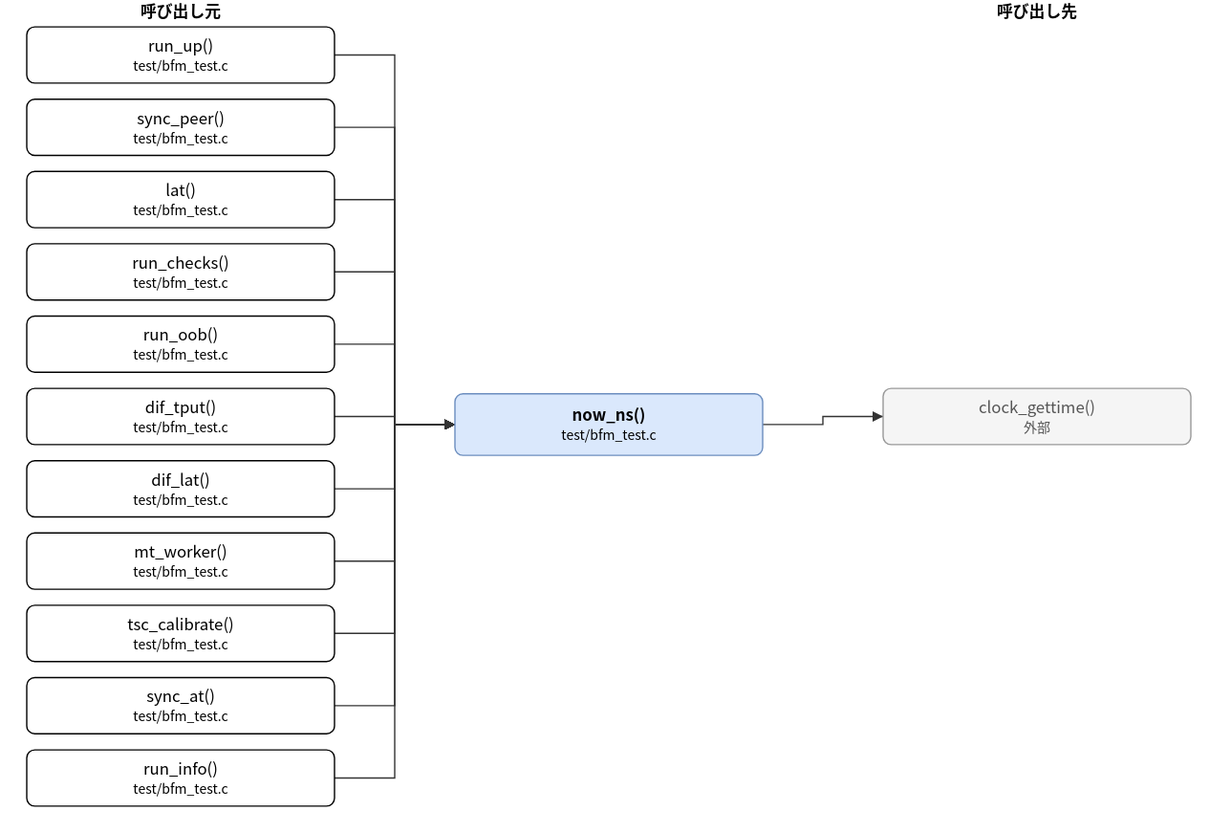
The draw.io diagram doc/spec/images/call_test_bfm_test-now_ns.drawio.svg in hf355051012-ai/bfmem, before a commit. Source tidied: cells renumbered, new cells last; positions are measured from the earlier drawing's top-left corner, leaving out a move shared by most shapes.
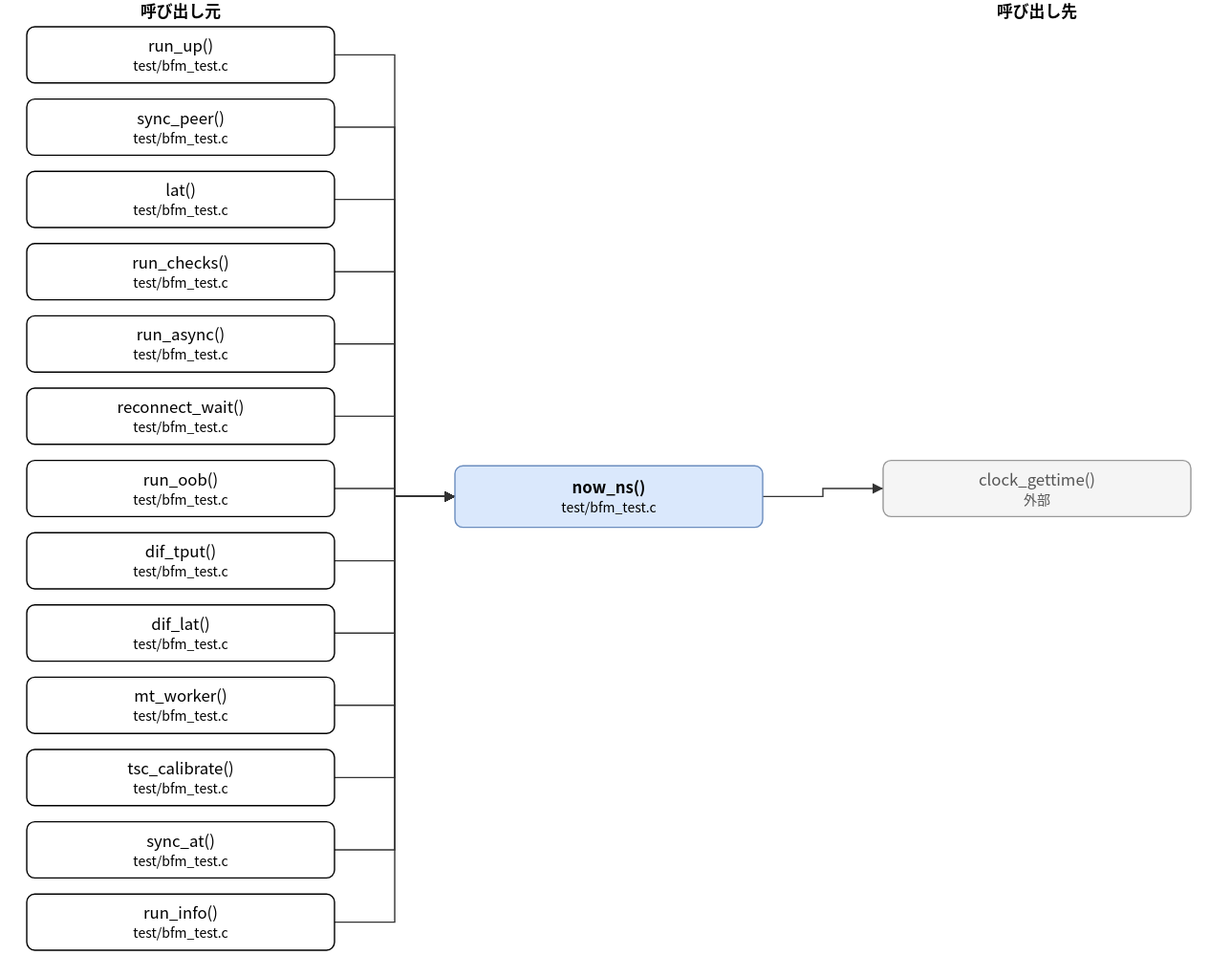
The same diagram one commit later.

What changed in the source:
```diff
@@ -3,7 +3,7 @@
     <mxCell id="0" />
     <mxCell id="1" parent="0" />
     <mxCell id="2" value="now_ns()&lt;br&gt;&lt;font style=&quot;font-size:10px&quot;&gt;test/bfm_test.c&lt;/font&gt;" style="rounded=1;whiteSpace=wrap;html=1;fillColor=#dae8fc;strokeColor=#6c8ebf;fontStyle=1;" parent="1" vertex="1">
-      <mxGeometry x="320" y="294" width="230" height="46" as="geometry" />
+      <mxGeometry x="320" y="348" width="230" height="46" as="geometry" />
     </mxCell>
     <mxCell id="3" value="run_up()&lt;br&gt;&lt;font style=&quot;font-size:10px&quot;&gt;test/bfm_test.c&lt;/font&gt;" style="rounded=1;whiteSpace=wrap;html=1;" parent="1" vertex="1">
       <mxGeometry y="20" width="230" height="42" as="geometry" />
@@ -17,35 +17,41 @@
     <mxCell id="6" value="run_checks()&lt;br&gt;&lt;font style=&quot;font-size:10px&quot;&gt;test/bfm_test.c&lt;/font&gt;" style="rounded=1;whiteSpace=wrap;html=1;" parent="1" vertex="1">
       <mxGeometry y="182" width="230" height="42" as="geometry" />
     </mxCell>
-    <mxCell id="7" value="run_oob()&lt;br&gt;&lt;font style=&quot;font-size:10px&quot;&gt;test/bfm_test.c&lt;/font&gt;" style="rounded=1;whiteSpace=wrap;html=1;" parent="1" vertex="1">
+    <mxCell id="7" value="run_async()&lt;br&gt;&lt;font style=&quot;font-size:10px&quot;&gt;test/bfm_test.c&lt;/font&gt;" style="rounded=1;whiteSpace=wrap;html=1;" parent="1" vertex="1">
       <mxGeometry y="236" width="230" height="42" as="geometry" />
     </mxCell>
-    <mxCell id="8" value="dif_tput()&lt;br&gt;&lt;font style=&quot;font-size:10px&quot;&gt;test/bfm_test.c&lt;/font&gt;" style="rounded=1;whiteSpace=wrap;html=1;" parent="1" vertex="1">
+    <mxCell id="8" value="reconnect_wait()&lt;br&gt;&lt;font style=&quot;font-size:10px&quot;&gt;test/bfm_test.c&lt;/font&gt;" style="rounded=1;whiteSpace=wrap;html=1;" parent="1" vertex="1">
       <mxGeometry y="290" width="230" height="42" as="geometry" />
     </mxCell>
-    <mxCell id="9" value="dif_lat()&lt;br&gt;&lt;font style=&quot;font-size:10px&quot;&gt;test/bfm_test.c&lt;/font&gt;" style="rounded=1;whiteSpace=wrap;html=1;" parent="1" vertex="1">
+    <mxCell id="9" value="run_oob()&lt;br&gt;&lt;font style=&quot;font-size:10px&quot;&gt;test/bfm_test.c&lt;/font&gt;" style="rounded=1;whiteSpace=wrap;html=1;" parent="1" vertex="1">
       <mxGeometry y="344" width="230" height="42" as="geometry" />
     </mxCell>
-    <mxCell id="10" value="mt_worker()&lt;br&gt;&lt;font style=&quot;font-size:10px&quot;&gt;test/bfm_test.c&lt;/font&gt;" style="rounded=1;whiteSpace=wrap;html=1;" parent="1" vertex="1">
+    <mxCell id="10" value="dif_tput()&lt;br&gt;&lt;font style=&quot;font-size:10px&quot;&gt;test/bfm_test.c&lt;/font&gt;" style="rounded=1;whiteSpace=wrap;html=1;" parent="1" vertex="1">
       <mxGeometry y="398" width="230" height="42" as="geometry" />
     </mxCell>
-    <mxCell id="11" value="tsc_calibrate()&lt;br&gt;&lt;font style=&quot;font-size:10px&quot;&gt;test/bfm_test.c&lt;/font&gt;" style="rounded=1;whiteSpace=wrap;html=1;" parent="1" vertex="1">
+    <mxCell id="11" value="dif_lat()&lt;br&gt;&lt;font style=&quot;font-size:10px&quot;&gt;test/bfm_test.c&lt;/font&gt;" style="rounded=1;whiteSpace=wrap;html=1;" parent="1" vertex="1">
       <mxGeometry y="452" width="230" height="42" as="geometry" />
     </mxCell>
-    <mxCell id="12" value="sync_at()&lt;br&gt;&lt;font style=&quot;font-size:10px&quot;&gt;test/bfm_test.c&lt;/font&gt;" style="rounded=1;whiteSpace=wrap;html=1;" parent="1" vertex="1">
+    <mxCell id="12" value="mt_worker()&lt;br&gt;&lt;font style=&quot;font-size:10px&quot;&gt;test/bfm_test.c&lt;/font&gt;" style="rounded=1;whiteSpace=wrap;html=1;" parent="1" vertex="1">
       <mxGeometry y="506" width="230" height="42" as="geometry" />
     </mxCell>
-    <mxCell id="13" value="run_info()&lt;br&gt;&lt;font style=&quot;font-size:10px&quot;&gt;test/bfm_test.c&lt;/font&gt;" style="rounded=1;whiteSpace=wrap;html=1;" parent="1" vertex="1">
+    <mxCell id="13" value="tsc_calibrate()&lt;br&gt;&lt;font style=&quot;font-size:10px&quot;&gt;test/bfm_test.c&lt;/font&gt;" style="rounded=1;whiteSpace=wrap;html=1;" parent="1" vertex="1">
       <mxGeometry y="560" width="230" height="42" as="geometry" />
     </mxCell>
+    <mxCell id="29" value="sync_at()&lt;br&gt;&lt;font style=&quot;font-size:10px&quot;&gt;test/bfm_test.c&lt;/font&gt;" style="rounded=1;whiteSpace=wrap;html=1;" parent="1" vertex="1">
+      <mxGeometry y="614" width="230" height="42" as="geometry" />
+    </mxCell>
+    <mxCell id="30" value="run_info()&lt;br&gt;&lt;font style=&quot;font-size:10px&quot;&gt;test/bfm_test.c&lt;/font&gt;" style="rounded=1;whiteSpace=wrap;html=1;" parent="1" vertex="1">
+      <mxGeometry y="668" width="230" height="42" as="geometry" />
+    </mxCell>
     <mxCell id="14" value="clock_gettime()&lt;br&gt;&lt;font style=&quot;font-size:10px&quot;&gt;外部&lt;/font&gt;" style="rounded=1;whiteSpace=wrap;html=1;fillColor=#f5f5f5;strokeColor=#999999;fontColor=#555555;" parent="1" vertex="1">
-      <mxGeometry x="640" y="290" width="230" height="42" as="geometry" />
+      <mxGeometry x="640" y="344" width="230" height="42" as="geometry" />
     </mxCell>
     <mxCell id="15" style="edgeStyle=none;html=1;rounded=0;endArrow=block;endFill=1;exitX=1.0000;exitY=0.5000;exitDx=0;exitDy=0;exitPerimeter=0;entryX=0.0000;entryY=0.5000;entryDx=0;entryDy=0;entryPerimeter=0;" parent="1" edge="1" source="3" target="2">
       <mxGeometry relative="1" as="geometry">
         <Array as="points">
           <mxPoint x="275" y="41" />
-          <mxPoint x="275" y="317" />
+          <mxPoint x="275" y="371" />
         </Array>
       </mxGeometry>
     </mxCell>
@@ -53,7 +59,7 @@
       <mxGeometry relative="1" as="geometry">
         <Array as="points">
           <mxPoint x="275" y="95" />
-          <mxPoint x="275" y="317" />
+          <mxPoint x="275" y="371" />
         </Array>
       </mxGeometry>
     </mxCell>
@@ -61,7 +67,7 @@
       <mxGeometry relative="1" as="geometry">
         <Array as="points">
           <mxPoint x="275" y="149" />
-          <mxPoint x="275" y="317" />
+          <mxPoint x="275" y="371" />
         </Array>
       </mxGeometry>
     </mxCell>
@@ -69,7 +75,7 @@
       <mxGeometry relative="1" as="geometry">
         <Array as="points">
           <mxPoint x="275" y="203" />
-          <mxPoint x="275" y="317" />
+          <mxPoint x="275" y="371" />
         </Array>
       </mxGeometry>
     </mxCell>
@@ -77,7 +83,7 @@
       <mxGeometry relative="1" as="geometry">
         <Array as="points">
           <mxPoint x="275" y="257" />
-          <mxPoint x="275" y="317" />
+          <mxPoint x="275" y="371" />
         </Array>
       </mxGeometry>
     </mxCell>
@@ -85,7 +91,7 @@
       <mxGeometry relative="1" as="geometry">
         <Array as="points">
           <mxPoint x="275" y="311" />
-          <mxPoint x="275" y="317" />
+          <mxPoint x="275" y="371" />
         </Array>
       </mxGeometry>
     </mxCell>
@@ -93,7 +99,7 @@
       <mxGeometry relative="1" as="geometry">
         <Array as="points">
           <mxPoint x="275" y="365" />
-          <mxPoint x="275" y="317" />
+          <mxPoint x="275" y="371" />
         </Array>
       </mxGeometry>
     </mxCell>
@@ -101,7 +107,7 @@
       <mxGeometry relative="1" as="geometry">
         <Array as="points">
           <mxPoint x="275" y="419" />
-          <mxPoint x="275" y="317" />
+          <mxPoint x="275" y="371" />
         </Array>
       </mxGeometry>
     </mxCell>
@@ -109,7 +115,7 @@
       <mxGeometry relative="1" as="geometry">
         <Array as="points">
           <mxPoint x="275" y="473" />
-          <mxPoint x="275" y="317" />
+          <mxPoint x="275" y="371" />
         </Array>
       </mxGeometry>
     </mxCell>
@@ -117,7 +123,7 @@
       <mxGeometry relative="1" as="geometry">
         <Array as="points">
           <mxPoint x="275" y="527" />
-          <mxPoint x="275" y="317" />
+          <mxPoint x="275" y="371" />
         </Array>
       </mxGeometry>
     </mxCell>
@@ -125,18 +131,34 @@
       <mxGeometry relative="1" as="geometry">
         <Array as="points">
           <mxPoint x="275" y="581" />
-          <mxPoint x="275" y="317" />
+          <mxPoint x="275" y="371" />
         </Array>
       </mxGeometry>
     </mxCell>
-    <mxCell id="26" style="edgeStyle=none;html=1;rounded=0;endArrow=block;endFill=1;exitX=1.0000;exitY=0.5000;exitDx=0;exitDy=0;exitPerimeter=0;entryX=0.0000;entryY=0.5000;entryDx=0;entryDy=0;entryPerimeter=0;" parent="1" edge="1" source="2" target="14">
+    <mxCell id="26" style="edgeStyle=none;html=1;rounded=0;endArrow=block;endFill=1;exitX=1.0000;exitY=0.5000;exitDx=0;exitDy=0;exitPerimeter=0;entryX=0.0000;entryY=0.5000;entryDx=0;entryDy=0;entryPerimeter=0;" parent="1" edge="1" source="29" target="2">
       <mxGeometry relative="1" as="geometry">
         <Array as="points">
-          <mxPoint x="595" y="317" />
-          <mxPoint x="595" y="311" />
+          <mxPoint x="275" y="635" />
+          <mxPoint x="275" y="371" />
         </Array>
       </mxGeometry>
     </mxCell>
+    <mxCell id="31" style="edgeStyle=none;html=1;rounded=0;endArrow=block;endFill=1;exitX=1.0000;exitY=0.5000;exitDx=0;exitDy=0;exitPerimeter=0;entryX=0.0000;entryY=0.5000;entryDx=0;entryDy=0;entryPerimeter=0;" parent="1" edge="1" source="30" target="2">
+      <mxGeometry relative="1" as="geometry">
+        <Array as="points">
+          <mxPoint x="275" y="689" />
+          <mxPoint x="275" y="371" />
+        </Array>
+      </mxGeometry>
+    </mxCell>
+    <mxCell id="32" style="edgeStyle=none;html=1;rounded=0;endArrow=block;endFill=1;exitX=1.0000;exitY=0.5000;exitDx=0;exitDy=0;exitPerimeter=0;entryX=0.0000;entryY=0.5000;entryDx=0;entryDy=0;entryPerimeter=0;" parent="1" edge="1" source="2" target="14">
+      <mxGeometry relative="1" as="geometry">
+        <Array as="points">
+          <mxPoint x="595" y="371" />
+          <mxPoint x="595" y="365" />
+        </Array>
+      </mxGeometry>
+    </mxCell>
     <mxCell id="27" value="呼び出し元" style="text;html=1;align=center;fontStyle=1;" parent="1" vertex="1">
       <mxGeometry x="35" width="160" height="18" as="geometry" />
     </mxCell>
```
